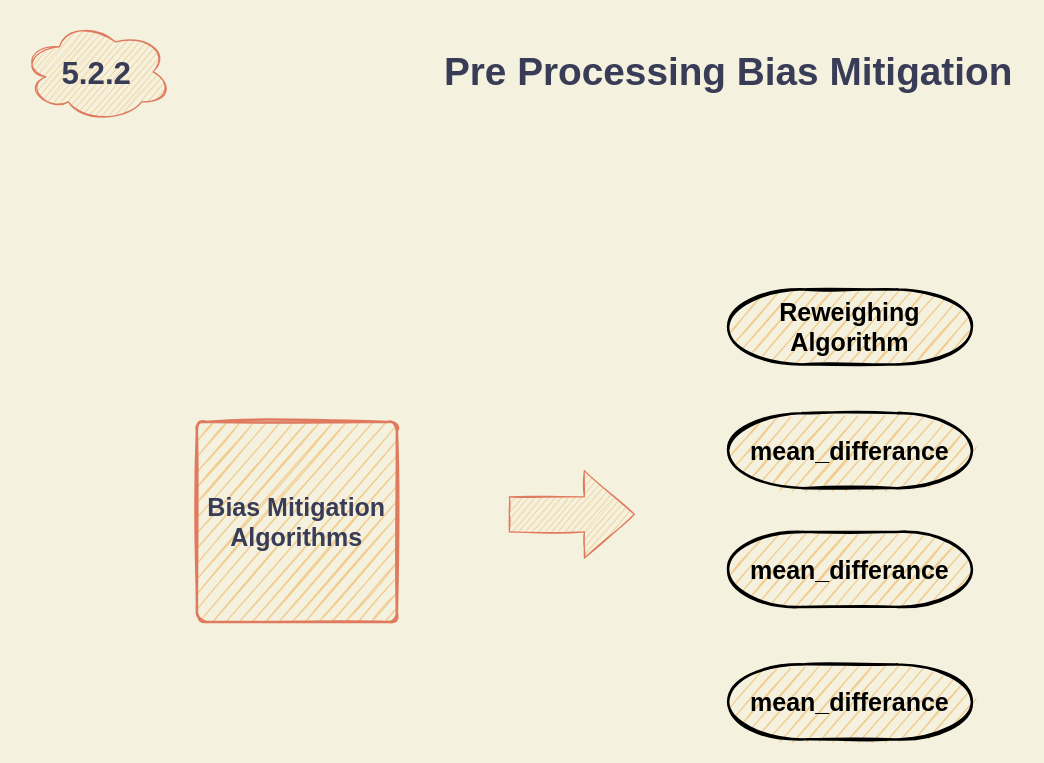
Earlier version of the draw.io diagram page "Page-5.2.2" (12 of 19) of Untitled Diagram.drawio (ShibboManshi/titanicML). Source tidied: cells renumbered, new cells numbered last; positions are measured from the earlier drawing's top-left corner, leaving out a move shared by most shapes. Both pictures are drawn from the tidied source at 125%, with x=0, y=0 at pixel (21, 21).
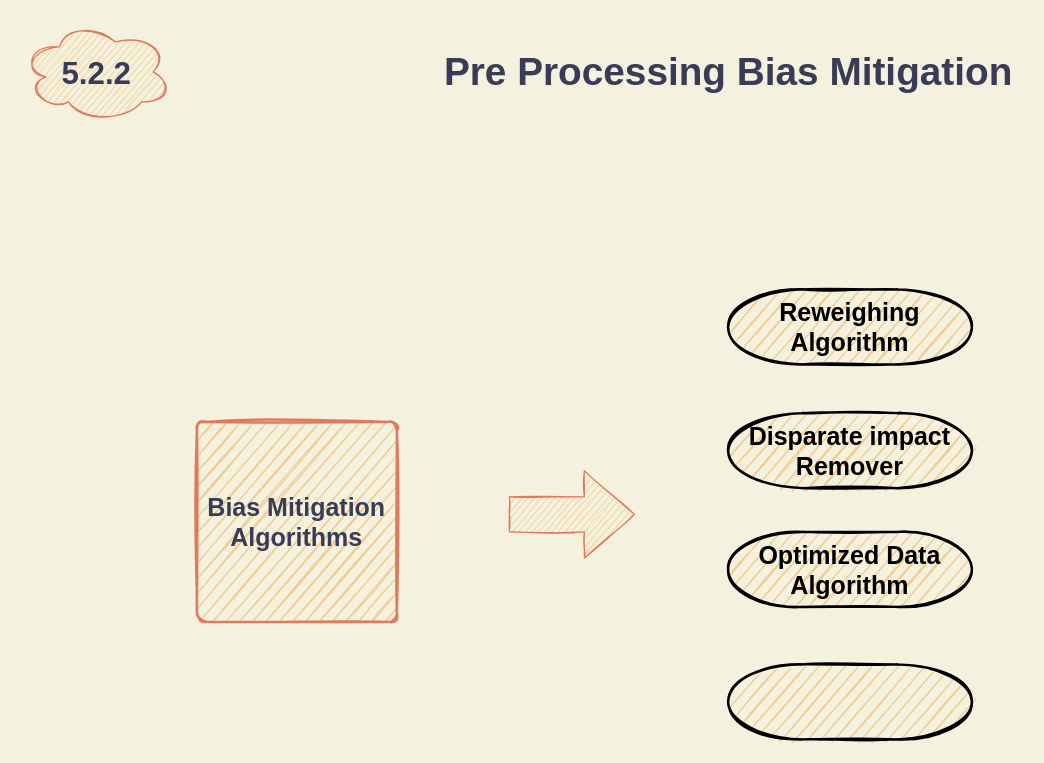
The same page after the edit.

The edit, as a diff of the source:
```diff
@@
 <mxGraphModel background="#F4F1DE">
   <root>
     <mxCell id="0" />
     <mxCell id="1" parent="0" />
     <mxCell id="2" value="&lt;span style=&quot;font-size: 20px&quot;&gt;&lt;b&gt;Bias Mitigation Algorithms&lt;/b&gt;&lt;/span&gt;" style="whiteSpace=wrap;html=1;absoluteArcSize=1;arcSize=14;strokeWidth=2;fontColor=#393C56;fillColor=#F2CC8F;strokeColor=#E07A5F;sketch=1;rounded=1;" parent="1" vertex="1">
       <mxGeometry x="140" y="320" width="160" height="160" as="geometry" />
     </mxCell>
     <mxCell id="3" value="&lt;font style=&quot;font-size: 31px&quot;&gt;&lt;b&gt;Pre Processing Bias Mitigation&lt;/b&gt;&lt;/font&gt;" style="text;html=1;align=center;verticalAlign=middle;strokeColor=none;fontColor=#393C56;sketch=1;rounded=1;" parent="1" vertex="1">
       <mxGeometry x="330" y="25" width="470" height="30" as="geometry" />
     </mxCell>
     <mxCell id="4" value="&lt;font style=&quot;font-size: 25px&quot;&gt;&lt;b&gt;5.2.2&lt;/b&gt;&lt;/font&gt;" style="ellipse;shape=cloud;whiteSpace=wrap;html=1;fontColor=#393C56;strokeColor=#E07A5F;fillColor=#F2CC8F;sketch=1;rounded=1;" parent="1" vertex="1">
       <mxGeometry width="120" height="80" as="geometry" />
     </mxCell>
     <mxCell id="5" style="html=1;shadow=0;dashed=0;align=center;verticalAlign=middle;shape=mxgraph.arrows2.arrow;dy=0.6;dx=40;notch=0;rounded=0;sketch=1;fontColor=#000000;strokeColor=#E07A5F;fillColor=#F2CC8F;" parent="1" vertex="1">
       <mxGeometry x="390" y="359" width="100" height="70" as="geometry" />
     </mxCell>
     <mxCell id="6" value="&lt;font style=&quot;font-size: 20px&quot;&gt;&lt;b&gt;Reweighing Algorithm&lt;/b&gt;&lt;/font&gt;" style="strokeWidth=2;html=1;shape=mxgraph.flowchart.terminator;whiteSpace=wrap;rounded=0;sketch=1;fontColor=#000000;fillColor=#F2CC8F;" parent="1" vertex="1">
       <mxGeometry x="565" y="214" width="195" height="60" as="geometry" />
     </mxCell>
-    <mxCell id="7" value="&lt;font style=&quot;font-size: 20px&quot;&gt;&lt;b&gt;mean_differance&lt;/b&gt;&lt;/font&gt;" style="strokeWidth=2;html=1;shape=mxgraph.flowchart.terminator;whiteSpace=wrap;rounded=0;sketch=1;fontColor=#000000;fillColor=#F2CC8F;" parent="1" vertex="1">
+    <mxCell id="7" value="&lt;font style=&quot;font-size: 20px&quot;&gt;&lt;b&gt;Disparate impact Remover&lt;/b&gt;&lt;/font&gt;" style="strokeWidth=2;html=1;shape=mxgraph.flowchart.terminator;whiteSpace=wrap;rounded=0;sketch=1;fontColor=#000000;fillColor=#F2CC8F;" parent="1" vertex="1">
       <mxGeometry x="565" y="313" width="195" height="60" as="geometry" />
     </mxCell>
-    <mxCell id="8" value="&lt;font style=&quot;font-size: 20px&quot;&gt;&lt;b&gt;mean_differance&lt;/b&gt;&lt;/font&gt;" style="strokeWidth=2;html=1;shape=mxgraph.flowchart.terminator;whiteSpace=wrap;rounded=0;sketch=1;fontColor=#000000;fillColor=#F2CC8F;" parent="1" vertex="1">
+    <mxCell id="8" value="&lt;font style=&quot;font-size: 20px&quot;&gt;&lt;b&gt;Optimized Data Algorithm&lt;/b&gt;&lt;/font&gt;" style="strokeWidth=2;html=1;shape=mxgraph.flowchart.terminator;whiteSpace=wrap;rounded=0;sketch=1;fontColor=#000000;fillColor=#F2CC8F;" parent="1" vertex="1">
       <mxGeometry x="565" y="408" width="195" height="60" as="geometry" />
     </mxCell>
-    <mxCell id="9" value="&lt;font style=&quot;font-size: 20px&quot;&gt;&lt;b&gt;mean_differance&lt;/b&gt;&lt;/font&gt;" style="strokeWidth=2;html=1;shape=mxgraph.flowchart.terminator;whiteSpace=wrap;rounded=0;sketch=1;fontColor=#000000;fillColor=#F2CC8F;" parent="1" vertex="1">
+    <mxCell id="9" style="strokeWidth=2;html=1;shape=mxgraph.flowchart.terminator;whiteSpace=wrap;rounded=0;sketch=1;fontColor=#000000;fillColor=#F2CC8F;" parent="1" vertex="1">
       <mxGeometry x="565" y="514" width="195" height="60" as="geometry" />
     </mxCell>
   </root>
 </mxGraphModel>
```
